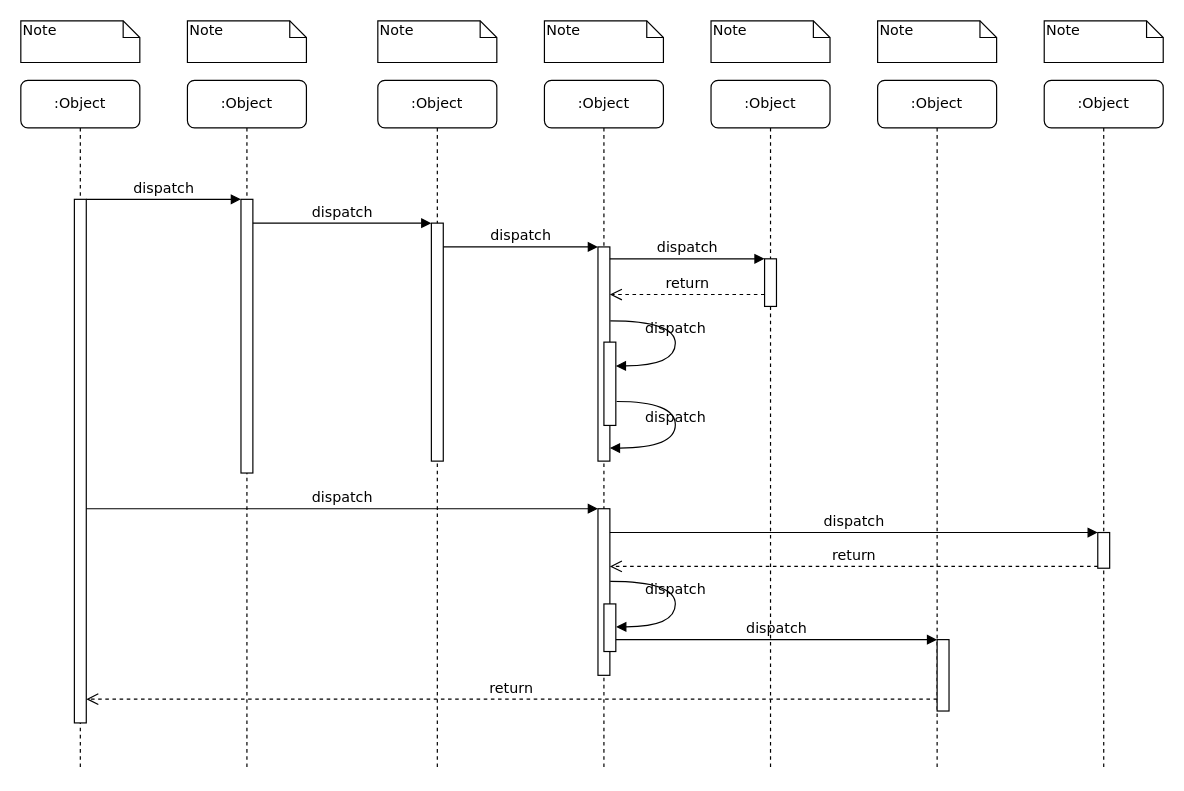
Above: диаграмма последовательности.drawio in Pib0di/diagramms (draw.io), before the change. Source tidied: cells renumbered, new cells numbered last; positions are measured from the earlier drawing's top-left corner, leaving out a move shared by most shapes. Both pictures are drawn from the tidied source at 119%, with x=0, y=0 at pixel (20, 20).
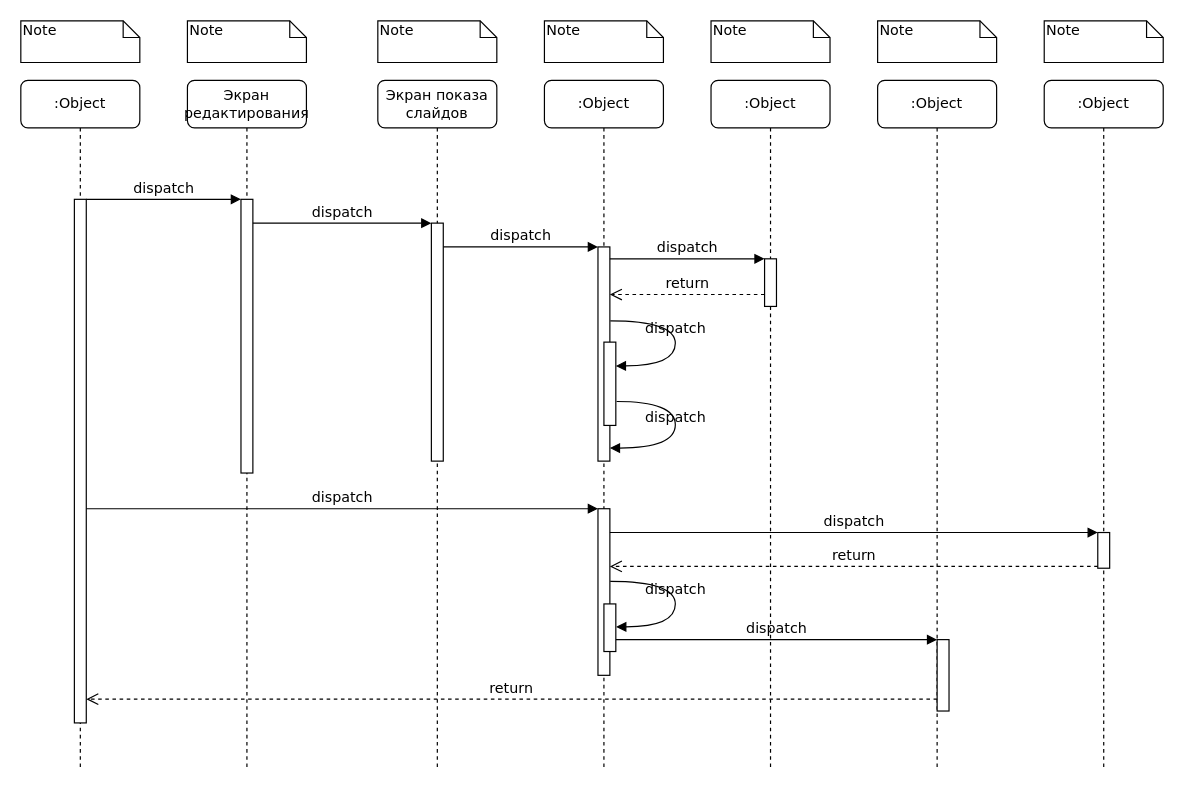
The same page after the edit.

What changed in the source:
```diff
@@
-    <mxCell id="2" value=":Object" style="shape=umlLifeline;perimeter=lifelinePerimeter;whiteSpace=wrap;html=1;rounded=1;shadow=0;comic=0;labelBackgroundColor=none;strokeWidth=1;fontFamily=Verdana;fontSize=12;align=center;" parent="1" vertex="1">
+    <mxCell id="2" value="Экран редактирования" style="shape=umlLifeline;perimeter=lifelinePerimeter;whiteSpace=wrap;html=1;rounded=1;shadow=0;comic=0;labelBackgroundColor=none;strokeWidth=1;fontFamily=Verdana;fontSize=12;align=center;" parent="1" vertex="1">
       <mxGeometry x="140" y="50" width="100" height="580" as="geometry" />
     </mxCell>
@@
-    <mxCell id="4" value=":Object" style="shape=umlLifeline;perimeter=lifelinePerimeter;whiteSpace=wrap;html=1;rounded=1;shadow=0;comic=0;labelBackgroundColor=none;strokeWidth=1;fontFamily=Verdana;fontSize=12;align=center;" parent="1" vertex="1">
+    <mxCell id="4" value="Экран показа слайдов" style="shape=umlLifeline;perimeter=lifelinePerimeter;whiteSpace=wrap;html=1;rounded=1;shadow=0;comic=0;labelBackgroundColor=none;strokeWidth=1;fontFamily=Verdana;fontSize=12;align=center;" parent="1" vertex="1">
       <mxGeometry x="300" y="50" width="100" height="580" as="geometry" />
     </mxCell>
```
